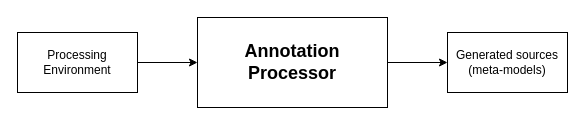
homedirectory/semantic-analysis keeps this draw.io diagram as report/images/implement1.drawio. Above is the earlier version. Source tidied: cells renumbered, new cells numbered last; positions are measured from the earlier drawing's top-left corner, leaving out a move shared by most shapes. Both pictures are drawn from the tidied source at 100%, with x=0, y=0 at pixel (17, 17).
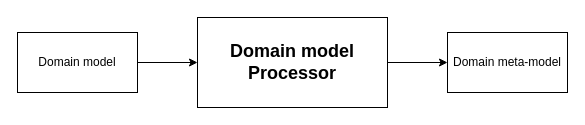
After the change.

The edit, as a diff of the source:
```diff
@@
 <mxGraphModel>
   <root>
     <mxCell id="0" />
     <mxCell id="1" parent="0" />
     <mxCell id="2" style="edgeStyle=orthogonalEdgeStyle;rounded=0;jettySize=auto;html=1;exitX=1;exitY=0.5;exitDx=0;exitDy=0;entryX=0;entryY=0.5;entryDx=0;entryDy=0;strokeWidth=1;" parent="1" edge="1" source="3" target="5">
       <mxGeometry relative="1" as="geometry" />
     </mxCell>
-    <mxCell id="3" value="Processing Environment" style="rounded=0;whiteSpace=wrap;html=1;" parent="1" vertex="1">
+    <mxCell id="3" value="Domain model" style="rounded=0;whiteSpace=wrap;html=1;" parent="1" vertex="1">
       <mxGeometry y="15" width="120" height="60" as="geometry" />
     </mxCell>
     <mxCell id="4" style="edgeStyle=orthogonalEdgeStyle;rounded=0;jettySize=auto;html=1;exitX=1;exitY=0.5;exitDx=0;exitDy=0;entryX=0;entryY=0.5;entryDx=0;entryDy=0;" parent="1" edge="1" source="5" target="6">
       <mxGeometry relative="1" as="geometry" />
     </mxCell>
-    <mxCell id="5" value="&lt;b&gt;&lt;font style=&quot;font-size: 18px;&quot;&gt;Annotation Processor&lt;/font&gt;&lt;/b&gt;" style="rounded=0;whiteSpace=wrap;html=1;" parent="1" vertex="1">
+    <mxCell id="5" value="&lt;b&gt;&lt;font style=&quot;font-size: 18px;&quot;&gt;Domain model Processor&lt;/font&gt;&lt;/b&gt;" style="rounded=0;whiteSpace=wrap;html=1;" parent="1" vertex="1">
       <mxGeometry x="180" width="190" height="90" as="geometry" />
     </mxCell>
-    <mxCell id="6" value="&lt;div&gt;Generated sources&lt;/div&gt;&lt;div&gt;(meta-models)&lt;br&gt;&lt;/div&gt;" style="rounded=0;whiteSpace=wrap;html=1;" parent="1" vertex="1">
+    <mxCell id="6" value="Domain meta-model" style="rounded=0;whiteSpace=wrap;html=1;" parent="1" vertex="1">
       <mxGeometry x="430" y="15" width="120" height="60" as="geometry" />
     </mxCell>
   </root>
 </mxGraphModel>
```
